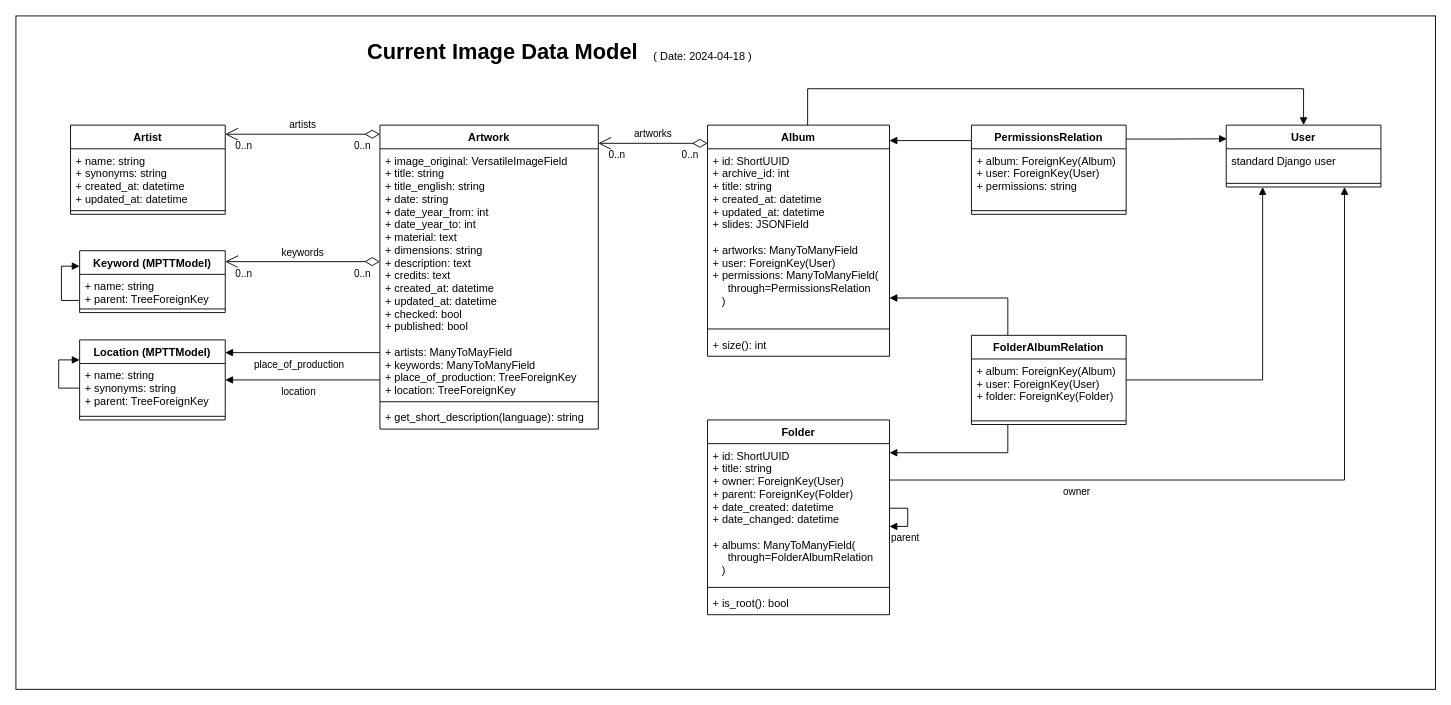
base-angewandte/image-backend keeps this draw.io diagram as docs/image-data-model.drawio. Above is the earlier version. Source tidied: cells renumbered, new cells numbered last; positions are measured from the earlier drawing's top-left corner, leaving out a move shared by most shapes. Both pictures are drawn from the tidied source at 91%, with x=0, y=0 at pixel (15, 15).
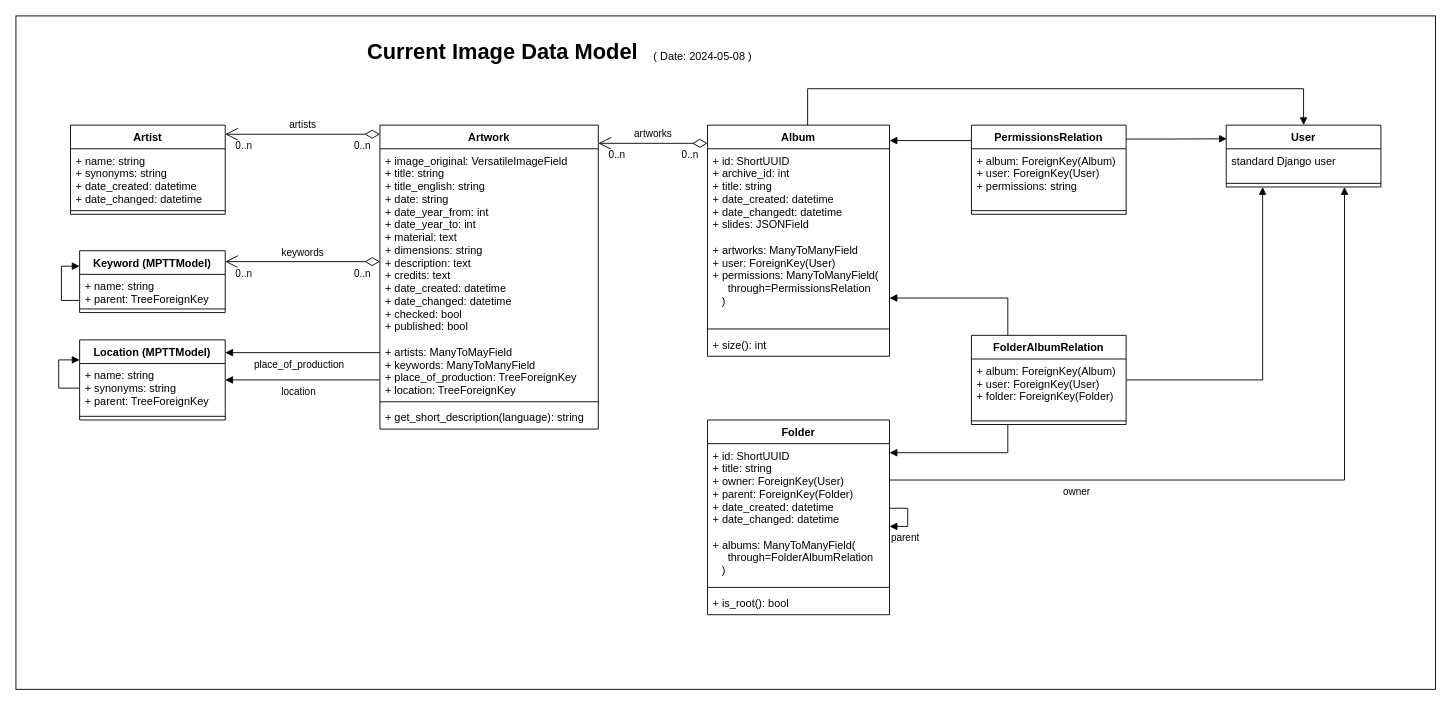
Above is the later version.

Unchanged cells that the change refers to:
```xml
<mxCell id="3" value="Artist" style="swimlane;fontStyle=1;align=center;verticalAlign=top;horizontal=1;startSize=26;" parent="1" vertex="1">
  <mxGeometry x="60" y="120" width="170" height="98" as="geometry" />
</mxCell>
<mxCell id="14" value="Artwork" style="swimlane;fontStyle=1;align=center;verticalAlign=top;horizontal=1;startSize=26;" parent="1" vertex="1">
  <mxGeometry x="400" y="120" width="240" height="334" as="geometry" />
</mxCell>
<mxCell id="18" value="Album" style="swimlane;fontStyle=1;align=center;verticalAlign=top;horizontal=1;startSize=26;" parent="1" vertex="1">
  <mxGeometry x="760" y="120" width="200" height="254" as="geometry" />
</mxCell>
```

Diff of the diagram source:
```diff
@@
-    <mxCell id="4" value="+ name: string&#10;+ synonyms: string&#10;+ created_at: datetime&#10;+ updated_at: datetime" style="text;strokeColor=none;fillColor=none;align=left;verticalAlign=top;spacingLeft=4;spacingRight=4;overflow=hidden;" parent="3" vertex="1">
+    <mxCell id="4" value="+ name: string&#10;+ synonyms: string&#10;+ date_created: datetime&#10;+ date_changed: datetime" style="text;strokeColor=none;fillColor=none;align=left;verticalAlign=top;spacingLeft=4;spacingRight=4;overflow=hidden;" parent="3" vertex="1">
       <mxGeometry y="26" width="170" height="64" as="geometry" />
     </mxCell>
@@
-    <mxCell id="15" value="+ image_original: VersatileImageField&#10;+ title: string&#10;+ title_english: string&#10;+ date: string&#10;+ date_year_from: int&#10;+ date_year_to: int&#10;+ material: text&#10;+ dimensions: string&#10;+ description: text&#10;+ credits: text&#10;+ created_at: datetime&#10;+ updated_at: datetime&#10;+ checked: bool&#10;+ published: bool&#10;&#10;+ artists: ManyToMayField&#10;+ keywords: ManyToManyField&#10;+ place_of_production: TreeForeignKey&#10;+ location: TreeForeignKey&#10;" style="text;strokeColor=none;fillColor=none;align=left;verticalAlign=top;spacingLeft=4;spacingRight=4;overflow=hidden;" parent="14" vertex="1">
+    <mxCell id="15" value="+ image_original: VersatileImageField&#10;+ title: string&#10;+ title_english: string&#10;+ date: string&#10;+ date_year_from: int&#10;+ date_year_to: int&#10;+ material: text&#10;+ dimensions: string&#10;+ description: text&#10;+ credits: text&#10;+ date_created: datetime&#10;+ date_changed: datetime&#10;+ checked: bool&#10;+ published: bool&#10;&#10;+ artists: ManyToMayField&#10;+ keywords: ManyToManyField&#10;+ place_of_production: TreeForeignKey&#10;+ location: TreeForeignKey&#10;" style="text;strokeColor=none;fillColor=none;align=left;verticalAlign=top;spacingLeft=4;spacingRight=4;overflow=hidden;" parent="14" vertex="1">
       <mxGeometry y="26" width="240" height="274" as="geometry" />
     </mxCell>
@@
-    <mxCell id="19" value="+ id: ShortUUID&#10;+ archive_id: int&#10;+ title: string&#10;+ created_at: datetime&#10;+ updated_at: datetime&#10;+ slides: JSONField&#10;&#10;+ artworks: ManyToManyField&#10;+ user: ForeignKey(User)&#10;+ permissions: ManyToManyField(&#10;     through=PermissionsRelation&#10;   )&#10;" style="text;strokeColor=none;fillColor=none;align=left;verticalAlign=top;spacingLeft=4;spacingRight=4;overflow=hidden;" parent="18" vertex="1">
+    <mxCell id="19" value="+ id: ShortUUID&#10;+ archive_id: int&#10;+ title: string&#10;+ date_created: datetime&#10;+ date_changedt: datetime&#10;+ slides: JSONField&#10;&#10;+ artworks: ManyToManyField&#10;+ user: ForeignKey(User)&#10;+ permissions: ManyToManyField(&#10;     through=PermissionsRelation&#10;   )&#10;" style="text;strokeColor=none;fillColor=none;align=left;verticalAlign=top;spacingLeft=4;spacingRight=4;overflow=hidden;" parent="18" vertex="1">
       <mxGeometry y="26" width="200" height="194" as="geometry" />
     </mxCell>
@@
-    <mxCell id="34" value="( Date: 2024-04-18 )" style="text;html=1;strokeColor=none;fillColor=none;align=center;verticalAlign=middle;whiteSpace=wrap;rounded=0;" parent="1" vertex="1">
+    <mxCell id="34" value="( Date: 2024-05-08 )" style="text;html=1;strokeColor=none;fillColor=none;align=center;verticalAlign=middle;whiteSpace=wrap;rounded=0;" parent="1" vertex="1">
       <mxGeometry x="690" y="30" width="130" height="30" as="geometry" />
     </mxCell>
```
